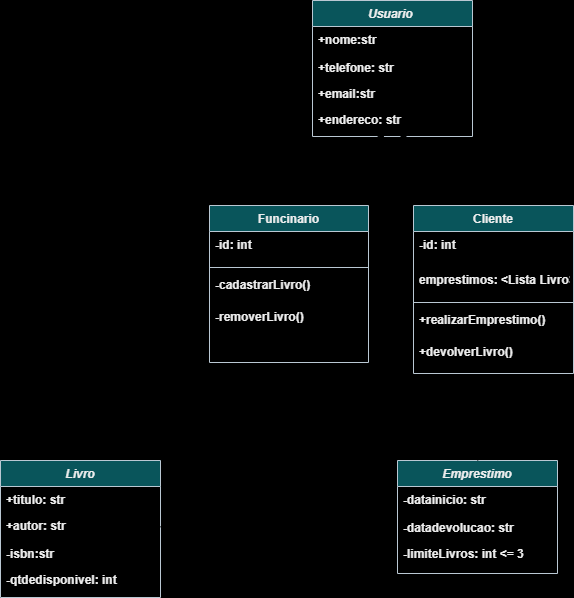
Before: Diagrama sem nome.drawio.png, a diagram exported from draw.io (luisfelipesantiago/Diagrama-de-classes). Source tidied: cells renumbered, new cells last; positions are measured from the earlier drawing's top-left corner, leaving out a move shared by most shapes.
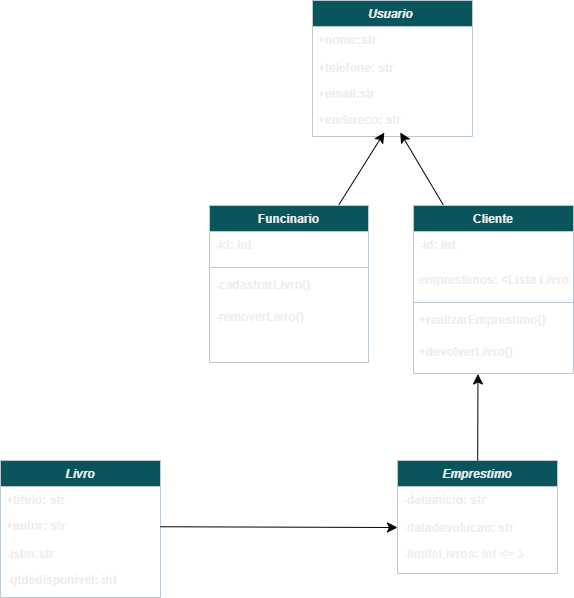
After the commit.

What changed in the source:
```diff
@@ -1,92 +1,92 @@
-<mxGraphModel background="light-dark(#FFFFFF,#000000)">
+<mxGraphModel>
   <root>
     <mxCell id="0" />
     <mxCell id="1" parent="0" />
-    <mxCell id="2" value="Usuario " style="swimlane;fontStyle=3;align=center;verticalAlign=top;horizontal=1;startSize=26;rounded=0;shadow=0;strokeWidth=1;labelBackgroundColor=none;fillColor=#09555B;strokeColor=#BAC8D3;fontColor=light-dark(#EEEEEE,#000000);" parent="1" vertex="1">
+    <mxCell id="2" value="Usuario " style="swimlane;fontStyle=3;align=center;verticalAlign=top;horizontal=1;startSize=26;rounded=0;shadow=0;strokeWidth=1;labelBackgroundColor=none;fillColor=#09555B;strokeColor=#BAC8D3;fontColor=light-dark(#EEEEEE,#FFFFFF);" parent="1" vertex="1">
       <mxGeometry x="312" width="160" height="136" as="geometry" />
     </mxCell>
-    <mxCell id="3" value="+nome:str" style="text;align=left;verticalAlign=top;spacingLeft=4;spacingRight=4;overflow=hidden;rounded=0;shadow=0;html=0;labelBackgroundColor=none;fontColor=light-dark(#EEEEEE,#000000);fontStyle=1;" parent="2" vertex="1">
+    <mxCell id="3" value="+nome:str" style="text;align=left;verticalAlign=top;spacingLeft=4;spacingRight=4;overflow=hidden;rounded=0;shadow=0;html=0;labelBackgroundColor=none;fontColor=light-dark(#EEEEEE,#FFFFFF);fontStyle=1;" parent="2" vertex="1">
       <mxGeometry y="26" width="160" height="28" as="geometry" />
     </mxCell>
-    <mxCell id="4" value="+telefone: str" style="text;align=left;verticalAlign=top;spacingLeft=4;spacingRight=4;overflow=hidden;labelBackgroundColor=none;fontColor=light-dark(#EEEEEE,#000000);fontStyle=1;" parent="2" vertex="1">
+    <mxCell id="4" value="+telefone: str" style="text;align=left;verticalAlign=top;spacingLeft=4;spacingRight=4;overflow=hidden;labelBackgroundColor=none;fontColor=light-dark(#EEEEEE,#FFFFFF);fontStyle=1;" parent="2" vertex="1">
       <mxGeometry y="54" width="160" height="26" as="geometry" />
     </mxCell>
-    <mxCell id="5" value="+email:str&#10;" style="text;align=left;verticalAlign=top;spacingLeft=4;spacingRight=4;overflow=hidden;rounded=0;shadow=0;html=0;labelBackgroundColor=none;fontColor=light-dark(#EEEEEE,#000000);fontStyle=1;" parent="2" vertex="1">
+    <mxCell id="5" value="+email:str&#10;" style="text;align=left;verticalAlign=top;spacingLeft=4;spacingRight=4;overflow=hidden;rounded=0;shadow=0;html=0;labelBackgroundColor=none;fontColor=light-dark(#EEEEEE,#FFFFFF);fontStyle=1;" parent="2" vertex="1">
       <mxGeometry y="80" width="160" height="26" as="geometry" />
     </mxCell>
-    <mxCell id="6" value="+endereco: str" style="text;align=left;verticalAlign=top;spacingLeft=4;spacingRight=4;overflow=hidden;points=[[0,0.5],[1,0.5]];portConstraint=eastwest;rounded=0;shadow=0;html=0;labelBackgroundColor=none;fontColor=light-dark(#EEEEEE,#000000);fontStyle=1;" parent="2" vertex="1">
+    <mxCell id="6" value="+endereco: str" style="text;align=left;verticalAlign=top;spacingLeft=4;spacingRight=4;overflow=hidden;points=[[0,0.5],[1,0.5]];portConstraint=eastwest;rounded=0;shadow=0;html=0;labelBackgroundColor=none;fontColor=light-dark(#EEEEEE,#FFFFFF);fontStyle=1;" parent="2" vertex="1">
       <mxGeometry y="106" width="160" height="26" as="geometry" />
     </mxCell>
-    <mxCell id="7" value="Livro" style="swimlane;fontStyle=3;align=center;verticalAlign=top;horizontal=1;startSize=26;rounded=0;shadow=0;strokeWidth=1;labelBackgroundColor=none;fillColor=#09555B;strokeColor=#BAC8D3;fontColor=light-dark(#EEEEEE,#000000);" parent="1" vertex="1">
+    <mxCell id="7" value="Livro" style="swimlane;fontStyle=3;align=center;verticalAlign=top;horizontal=1;startSize=26;rounded=0;shadow=0;strokeWidth=1;labelBackgroundColor=none;fillColor=#09555B;strokeColor=#BAC8D3;fontColor=light-dark(#EEEEEE,#FFFFFF);" parent="1" vertex="1">
       <mxGeometry y="460" width="160" height="137" as="geometry" />
     </mxCell>
-    <mxCell id="8" value="+titulo: str" style="text;align=left;verticalAlign=top;spacingLeft=4;spacingRight=4;overflow=hidden;labelBackgroundColor=none;fontColor=light-dark(#EEEEEE,#000000);fontStyle=1;" parent="7" vertex="1">
+    <mxCell id="8" value="+titulo: str" style="text;align=left;verticalAlign=top;spacingLeft=4;spacingRight=4;overflow=hidden;labelBackgroundColor=none;fontColor=light-dark(#EEEEEE,#FFFFFF);fontStyle=1;" parent="7" vertex="1">
       <mxGeometry y="26" width="160" height="26" as="geometry" />
     </mxCell>
-    <mxCell id="9" value="+autor: str" style="text;align=left;verticalAlign=top;spacingLeft=4;spacingRight=4;overflow=hidden;points=[[0,0.5],[1,0.5]];portConstraint=eastwest;rounded=0;shadow=0;html=0;labelBackgroundColor=none;fontColor=light-dark(#EEEEEE,#000000);fontStyle=1;" parent="7" vertex="1">
+    <mxCell id="9" value="+autor: str" style="text;align=left;verticalAlign=top;spacingLeft=4;spacingRight=4;overflow=hidden;points=[[0,0.5],[1,0.5]];portConstraint=eastwest;rounded=0;shadow=0;html=0;labelBackgroundColor=none;fontColor=light-dark(#EEEEEE,#FFFFFF);fontStyle=1;" parent="7" vertex="1">
       <mxGeometry y="52" width="160" height="28" as="geometry" />
     </mxCell>
-    <mxCell id="10" value="-isbn:str" style="text;align=left;verticalAlign=top;spacingLeft=4;spacingRight=4;overflow=hidden;rounded=0;shadow=0;html=0;labelBackgroundColor=none;fontColor=light-dark(#EEEEEE,#000000);fontStyle=1;" parent="7" vertex="1">
+    <mxCell id="10" value="-isbn:str" style="text;align=left;verticalAlign=top;spacingLeft=4;spacingRight=4;overflow=hidden;rounded=0;shadow=0;html=0;labelBackgroundColor=none;fontColor=light-dark(#EEEEEE,#FFFFFF);fontStyle=1;" parent="7" vertex="1">
       <mxGeometry y="80" width="160" height="26" as="geometry" />
     </mxCell>
-    <mxCell id="11" value="-qtdedisponivel: int" style="text;align=left;verticalAlign=top;spacingLeft=4;spacingRight=4;overflow=hidden;rounded=0;shadow=0;html=0;labelBackgroundColor=none;fontColor=light-dark(#EEEEEE,#000000);fontStyle=1;" parent="7" vertex="1">
+    <mxCell id="11" value="-qtdedisponivel: int" style="text;align=left;verticalAlign=top;spacingLeft=4;spacingRight=4;overflow=hidden;rounded=0;shadow=0;html=0;labelBackgroundColor=none;fontColor=light-dark(#EEEEEE,#FFFFFF);fontStyle=1;" parent="7" vertex="1">
       <mxGeometry y="106" width="160" height="26" as="geometry" />
     </mxCell>
-    <mxCell id="12" style="edgeStyle=none;curved=1;rounded=0;jettySize=auto;html=1;fontSize=12;startSize=8;endSize=8;fontColor=light-dark(#EEEEEE,#000000);" parent="1" edge="1" source="13" target="6">
+    <mxCell id="12" style="edgeStyle=none;curved=1;rounded=0;jettySize=auto;html=1;fontSize=12;startSize=8;endSize=8;fontColor=light-dark(#EEEEEE,#FFFFFF);" parent="1" edge="1" source="13" target="6">
       <mxGeometry relative="1" as="geometry" />
     </mxCell>
-    <mxCell id="13" value="Funcinario" style="swimlane;fontStyle=1;align=center;verticalAlign=top;horizontal=1;startSize=26;rounded=0;shadow=0;strokeWidth=1;labelBackgroundColor=none;fillColor=#09555B;strokeColor=#BAC8D3;fontColor=light-dark(#EEEEEE,#000000);" parent="1" vertex="1">
+    <mxCell id="13" value="Funcinario" style="swimlane;fontStyle=1;align=center;verticalAlign=top;horizontal=1;startSize=26;rounded=0;shadow=0;strokeWidth=1;labelBackgroundColor=none;fillColor=#09555B;strokeColor=#BAC8D3;fontColor=light-dark(#EEEEEE,#FFFFFF);" parent="1" vertex="1">
       <mxGeometry x="209" y="205" width="159" height="157" as="geometry" />
     </mxCell>
-    <mxCell id="14" value="-id: int" style="text;align=left;verticalAlign=top;spacingLeft=4;spacingRight=4;overflow=hidden;labelBackgroundColor=none;fontColor=light-dark(#EEEEEE,#000000);fontStyle=1;" parent="13" vertex="1">
+    <mxCell id="14" value="-id: int" style="text;align=left;verticalAlign=top;spacingLeft=4;spacingRight=4;overflow=hidden;labelBackgroundColor=none;fontColor=light-dark(#EEEEEE,#FFFFFF);fontStyle=1;" parent="13" vertex="1">
       <mxGeometry y="26" width="159" height="32" as="geometry" />
     </mxCell>
-    <mxCell id="15" style="line;strokeWidth=1;fillColor=none;align=left;verticalAlign=middle;spacingTop=-1;spacingLeft=3;spacingRight=3;labelPosition=right;strokeColor=inherit;fontColor=light-dark(#EEEEEE,#000000);" parent="13" vertex="1">
+    <mxCell id="15" style="line;strokeWidth=1;fillColor=none;align=left;verticalAlign=middle;spacingTop=-1;spacingLeft=3;spacingRight=3;labelPosition=right;strokeColor=inherit;fontColor=light-dark(#EEEEEE,#FFFFFF);" parent="13" vertex="1">
       <mxGeometry y="58" width="159" height="8" as="geometry" />
     </mxCell>
-    <mxCell id="16" value="-cadastrarLivro()" style="text;align=left;verticalAlign=top;spacingLeft=4;spacingRight=4;overflow=hidden;labelBackgroundColor=none;fontColor=light-dark(#EEEEEE,#000000);fontStyle=1;" parent="13" vertex="1">
+    <mxCell id="16" value="-cadastrarLivro()" style="text;align=left;verticalAlign=top;spacingLeft=4;spacingRight=4;overflow=hidden;labelBackgroundColor=none;fontColor=light-dark(#EEEEEE,#FFFFFF);fontStyle=1;" parent="13" vertex="1">
       <mxGeometry y="66" width="159" height="32" as="geometry" />
     </mxCell>
-    <mxCell id="17" value="-removerLivro()" style="text;align=left;verticalAlign=top;spacingLeft=4;spacingRight=4;overflow=hidden;labelBackgroundColor=none;fontColor=light-dark(#EEEEEE,#000000);fontStyle=1;" parent="13" vertex="1">
+    <mxCell id="17" value="-removerLivro()" style="text;align=left;verticalAlign=top;spacingLeft=4;spacingRight=4;overflow=hidden;labelBackgroundColor=none;fontColor=light-dark(#EEEEEE,#FFFFFF);fontStyle=1;" parent="13" vertex="1">
       <mxGeometry y="98" width="159" height="32" as="geometry" />
     </mxCell>
-    <mxCell id="18" style="edgeStyle=none;curved=1;rounded=0;jettySize=auto;html=1;fontSize=12;startSize=8;endSize=8;fontColor=light-dark(#EEEEEE,#000000);" parent="1" edge="1" source="19" target="6">
+    <mxCell id="18" style="edgeStyle=none;curved=1;rounded=0;jettySize=auto;html=1;fontSize=12;startSize=8;endSize=8;fontColor=light-dark(#EEEEEE,#FFFFFF);" parent="1" edge="1" source="19" target="6">
       <mxGeometry relative="1" as="geometry" />
     </mxCell>
-    <mxCell id="19" value="Cliente" style="swimlane;fontStyle=1;align=center;verticalAlign=top;horizontal=1;startSize=26;rounded=0;shadow=0;strokeWidth=1;labelBackgroundColor=none;fillColor=#09555B;strokeColor=#BAC8D3;fontColor=light-dark(#EEEEEE,#000000);" parent="1" vertex="1">
+    <mxCell id="19" value="Cliente" style="swimlane;fontStyle=1;align=center;verticalAlign=top;horizontal=1;startSize=26;rounded=0;shadow=0;strokeWidth=1;labelBackgroundColor=none;fillColor=#09555B;strokeColor=#BAC8D3;fontColor=light-dark(#EEEEEE,#FFFFFF);" parent="1" vertex="1">
       <mxGeometry x="413" y="205" width="160" height="168" as="geometry" />
     </mxCell>
-    <mxCell id="20" value="-id: int" style="text;align=left;verticalAlign=top;spacingLeft=4;spacingRight=4;overflow=hidden;labelBackgroundColor=none;fontColor=light-dark(#EEEEEE,#000000);fontStyle=1;" parent="19" vertex="1">
+    <mxCell id="20" value="-id: int" style="text;align=left;verticalAlign=top;spacingLeft=4;spacingRight=4;overflow=hidden;labelBackgroundColor=none;fontColor=light-dark(#EEEEEE,#FFFFFF);fontStyle=1;" parent="19" vertex="1">
       <mxGeometry y="26" width="160" height="35" as="geometry" />
     </mxCell>
-    <mxCell id="21" value="emprestimos: &lt;Lista Livro&gt;" style="text;align=left;verticalAlign=top;spacingLeft=4;spacingRight=4;overflow=hidden;labelBackgroundColor=none;fontColor=light-dark(#EEEEEE,#000000);fontStyle=1;" parent="19" vertex="1">
+    <mxCell id="21" value="emprestimos: &lt;Lista Livro&gt;" style="text;align=left;verticalAlign=top;spacingLeft=4;spacingRight=4;overflow=hidden;labelBackgroundColor=none;fontColor=light-dark(#EEEEEE,#FFFFFF);fontStyle=1;" parent="19" vertex="1">
       <mxGeometry y="61" width="160" height="32" as="geometry" />
     </mxCell>
-    <mxCell id="22" style="line;strokeWidth=1;fillColor=none;align=left;verticalAlign=middle;spacingTop=-1;spacingLeft=3;spacingRight=3;labelPosition=right;strokeColor=inherit;fontColor=light-dark(#EEEEEE,#000000);" parent="19" vertex="1">
+    <mxCell id="22" style="line;strokeWidth=1;fillColor=none;align=left;verticalAlign=middle;spacingTop=-1;spacingLeft=3;spacingRight=3;labelPosition=right;strokeColor=inherit;fontColor=light-dark(#EEEEEE,#FFFFFF);" parent="19" vertex="1">
       <mxGeometry y="93" width="160" height="8" as="geometry" />
     </mxCell>
-    <mxCell id="23" value="+realizarEmprestimo()" style="text;align=left;verticalAlign=top;spacingLeft=4;spacingRight=4;overflow=hidden;labelBackgroundColor=none;fontColor=light-dark(#EEEEEE,#000000);fontStyle=1;" parent="19" vertex="1">
+    <mxCell id="23" value="+realizarEmprestimo()" style="text;align=left;verticalAlign=top;spacingLeft=4;spacingRight=4;overflow=hidden;labelBackgroundColor=none;fontColor=light-dark(#EEEEEE,#FFFFFF);fontStyle=1;" parent="19" vertex="1">
       <mxGeometry y="101" width="160" height="32" as="geometry" />
     </mxCell>
-    <mxCell id="24" value="+devolverLivro()" style="text;align=left;verticalAlign=top;spacingLeft=4;spacingRight=4;overflow=hidden;points=[[0,0.5],[1,0.5]];portConstraint=eastwest;labelBackgroundColor=none;fontColor=light-dark(#EEEEEE,#000000);fontStyle=1;" parent="19" vertex="1">
+    <mxCell id="24" value="+devolverLivro()" style="text;align=left;verticalAlign=top;spacingLeft=4;spacingRight=4;overflow=hidden;points=[[0,0.5],[1,0.5]];portConstraint=eastwest;labelBackgroundColor=none;fontColor=light-dark(#EEEEEE,#FFFFFF);fontStyle=1;" parent="19" vertex="1">
       <mxGeometry y="133" width="160" height="35" as="geometry" />
     </mxCell>
-    <mxCell id="25" value="Emprestimo" style="swimlane;fontStyle=3;align=center;verticalAlign=top;horizontal=1;startSize=26;rounded=0;shadow=0;strokeWidth=1;labelBackgroundColor=none;fillColor=#09555B;strokeColor=#BAC8D3;fontColor=light-dark(#EEEEEE,#000000);" parent="1" vertex="1">
+    <mxCell id="25" value="Emprestimo" style="swimlane;fontStyle=3;align=center;verticalAlign=top;horizontal=1;startSize=26;rounded=0;shadow=0;strokeWidth=1;labelBackgroundColor=none;fillColor=#09555B;strokeColor=#BAC8D3;fontColor=light-dark(#EEEEEE,#FFFFFF);" parent="1" vertex="1">
       <mxGeometry x="397" y="460" width="160" height="113" as="geometry" />
     </mxCell>
-    <mxCell id="26" value="-datainicio: str" style="text;align=left;verticalAlign=top;spacingLeft=4;spacingRight=4;overflow=hidden;rounded=0;shadow=0;html=0;labelBackgroundColor=none;fontColor=light-dark(#EEEEEE,#000000);fontStyle=1;" parent="25" vertex="1">
+    <mxCell id="26" value="-datainicio: str" style="text;align=left;verticalAlign=top;spacingLeft=4;spacingRight=4;overflow=hidden;rounded=0;shadow=0;html=0;labelBackgroundColor=none;fontColor=light-dark(#EEEEEE,#FFFFFF);fontStyle=1;" parent="25" vertex="1">
       <mxGeometry y="26" width="160" height="28" as="geometry" />
     </mxCell>
-    <mxCell id="27" value="-datadevolucao: str" style="text;align=left;verticalAlign=top;spacingLeft=4;spacingRight=4;overflow=hidden;points=[[0,0.5],[1,0.5]];portConstraint=eastwest;labelBackgroundColor=none;fontColor=light-dark(#EEEEEE,#000000);fontStyle=1;" parent="25" vertex="1">
+    <mxCell id="27" value="-datadevolucao: str" style="text;align=left;verticalAlign=top;spacingLeft=4;spacingRight=4;overflow=hidden;points=[[0,0.5],[1,0.5]];portConstraint=eastwest;labelBackgroundColor=none;fontColor=light-dark(#EEEEEE,#FFFFFF);fontStyle=1;" parent="25" vertex="1">
       <mxGeometry y="54" width="160" height="26" as="geometry" />
     </mxCell>
-    <mxCell id="28" value="-limiteLivros: int &lt;= 3" style="text;align=left;verticalAlign=top;spacingLeft=4;spacingRight=4;overflow=hidden;rounded=0;shadow=0;html=0;labelBackgroundColor=none;fontColor=light-dark(#EEEEEE,#000000);fontStyle=1;" parent="25" vertex="1">
+    <mxCell id="28" value="-limiteLivros: int &lt;= 3" style="text;align=left;verticalAlign=top;spacingLeft=4;spacingRight=4;overflow=hidden;rounded=0;shadow=0;html=0;labelBackgroundColor=none;fontColor=light-dark(#EEEEEE,#FFFFFF);fontStyle=1;" parent="25" vertex="1">
       <mxGeometry y="80" width="160" height="26" as="geometry" />
     </mxCell>
-    <mxCell id="29" style="edgeStyle=none;curved=1;rounded=0;jettySize=auto;html=1;entryX=0.403;entryY=1.014;entryDx=0;entryDy=0;entryPerimeter=0;fontSize=12;startSize=8;endSize=8;fontColor=light-dark(#EEEEEE,#000000);" parent="1" edge="1" source="25" target="24">
+    <mxCell id="29" style="edgeStyle=none;curved=1;rounded=0;jettySize=auto;html=1;entryX=0.403;entryY=1.014;entryDx=0;entryDy=0;entryPerimeter=0;fontSize=12;startSize=8;endSize=8;fontColor=light-dark(#EEEEEE,#FFFFFF);" parent="1" edge="1" source="25" target="24">
       <mxGeometry relative="1" as="geometry" />
     </mxCell>
-    <mxCell id="30" style="edgeStyle=none;curved=1;rounded=0;jettySize=auto;html=1;entryX=0;entryY=0.5;entryDx=0;entryDy=0;fontSize=12;startSize=8;endSize=8;fontColor=light-dark(#EEEEEE,#000000);" parent="1" edge="1" source="9" target="27">
+    <mxCell id="30" style="edgeStyle=none;curved=1;rounded=0;jettySize=auto;html=1;entryX=0;entryY=0.5;entryDx=0;entryDy=0;fontSize=12;startSize=8;endSize=8;fontColor=light-dark(#EEEEEE,#FFFFFF);" parent="1" edge="1" source="9" target="27">
       <mxGeometry relative="1" as="geometry" />
     </mxCell>
   </root>
```
